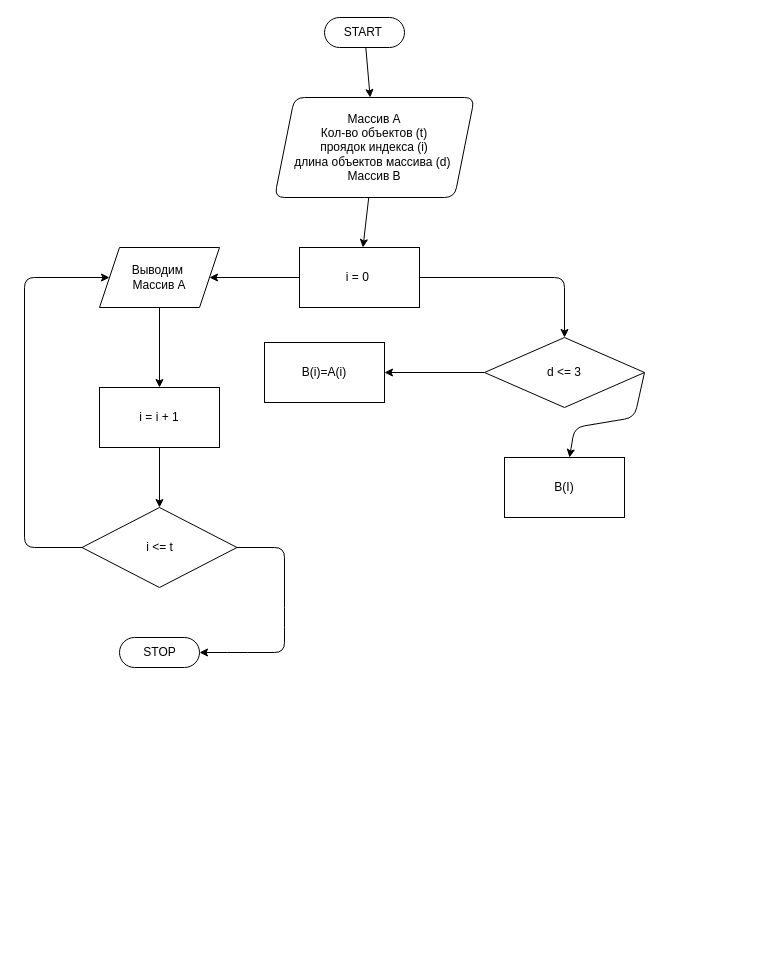
The draw.io diagram Bloxshems.drawio in maksimd31/Final-Task, before the edit. Source tidied: cells renumbered, new cells numbered last; positions are measured from the earlier drawing's top-left corner, leaving out a move shared by most shapes. Both pictures are drawn from the tidied source at 100%, with x=0, y=0 at pixel (24, 17).
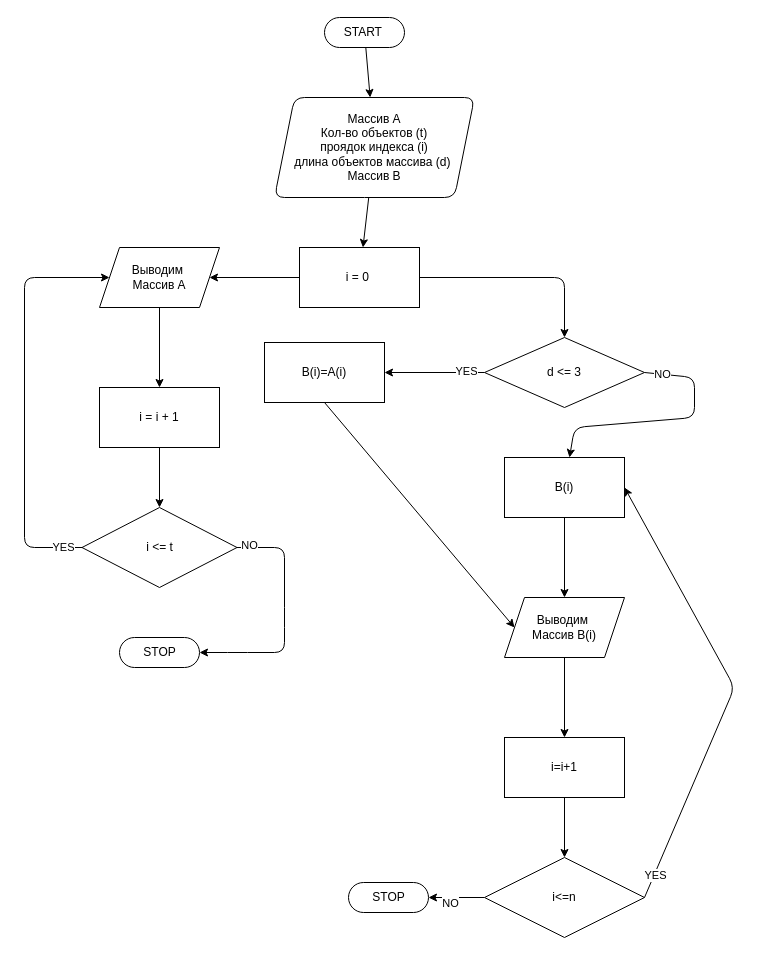
The same diagram, later.

The change refers to these unchanged cells:
```xml
<mxCell id="13" style="edgeStyle=none;html=1;entryX=0;entryY=0.5;entryDx=0;entryDy=0;" parent="1" edge="1" source="15" target="10">
  <mxGeometry relative="1" as="geometry">
    <Array as="points">
      <mxPoint y="530" />
      <mxPoint y="260" />
    </Array>
  </mxGeometry>
</mxCell>
<mxCell id="14" style="edgeStyle=none;html=1;entryX=1;entryY=0.5;entryDx=0;entryDy=0;entryPerimeter=0;exitX=1;exitY=0.5;exitDx=0;exitDy=0;" parent="1" edge="1" source="15" target="16">
  <mxGeometry relative="1" as="geometry">
    <Array as="points">
      <mxPoint x="260" y="530" />
      <mxPoint x="260" y="600" />
      <mxPoint x="260" y="635" />
      <mxPoint x="213" y="635" />
    </Array>
  </mxGeometry>
</mxCell>
<mxCell id="17" style="edgeStyle=none;html=1;" parent="1" edge="1" source="19" target="20">
  <mxGeometry relative="1" as="geometry" />
</mxCell>
<mxCell id="19" value="&lt;span&gt;d &amp;lt;= 3&lt;/span&gt;" style="rhombus;whiteSpace=wrap;html=1;dashed=0;rounded=0;glass=0;sketch=0;" parent="1" vertex="1">
  <mxGeometry x="460" y="320" width="160" height="70" as="geometry" />
</mxCell>
<mxCell id="20" value="B(i)=A(i)" style="whiteSpace=wrap;html=1;dashed=0;rounded=0;glass=0;sketch=0;" parent="1" vertex="1">
  <mxGeometry x="240" y="325" width="120" height="60" as="geometry" />
</mxCell>
```

Change to the diagram source:
```diff
@@
+    <mxCell id="22" value="YES" style="edgeLabel;html=1;align=center;verticalAlign=middle;" parent="13" vertex="1">
+      <mxGeometry x="-0.91" y="-1" relative="1" as="geometry" />
+    </mxCell>
@@
+    <mxCell id="23" value="NO" style="edgeLabel;html=1;align=center;verticalAlign=middle;" parent="14" vertex="1">
+      <mxGeometry x="-0.9" y="3" relative="1" as="geometry" />
+    </mxCell>
@@
+    <mxCell id="24" value="YES" style="edgeLabel;html=1;align=center;verticalAlign=middle;" parent="17" vertex="1">
+      <mxGeometry x="-0.61" y="-2" relative="1" as="geometry">
+        <mxPoint x="1" as="offset" />
+      </mxGeometry>
+    </mxCell>
     <mxCell id="18" style="edgeStyle=none;html=1;exitX=1;exitY=0.5;exitDx=0;exitDy=0;" parent="1" edge="1" source="19" target="21">
       <mxGeometry relative="1" as="geometry">
         <Array as="points">
-          <mxPoint x="610" y="400" />
+          <mxPoint x="670" y="360" />
+          <mxPoint x="670" y="400" />
           <mxPoint x="550" y="410" />
         </Array>
       </mxGeometry>
     </mxCell>
+    <mxCell id="25" value="NO" style="edgeLabel;html=1;align=center;verticalAlign=middle;" parent="18" vertex="1">
+      <mxGeometry x="-0.85" y="-1" relative="1" as="geometry">
+        <mxPoint y="-1" as="offset" />
+      </mxGeometry>
+    </mxCell>
@@
+    <mxCell id="26" style="edgeStyle=none;html=1;exitX=0.5;exitY=1;exitDx=0;exitDy=0;entryX=0;entryY=0.5;entryDx=0;entryDy=0;" parent="1" edge="1" source="20" target="29">
+      <mxGeometry relative="1" as="geometry" />
+    </mxCell>
@@
+    <mxCell id="27" style="edgeStyle=none;html=1;" parent="1" edge="1" source="21" target="29">
+      <mxGeometry relative="1" as="geometry" />
+    </mxCell>
-    <mxCell id="21" value="B(I)" style="whiteSpace=wrap;html=1;dashed=0;rounded=0;glass=0;sketch=0;" parent="1" vertex="1">
+    <mxCell id="21" value="B(i)" style="whiteSpace=wrap;html=1;dashed=0;rounded=0;glass=0;sketch=0;" parent="1" vertex="1">
       <mxGeometry x="480" y="440" width="120" height="60" as="geometry" />
     </mxCell>
+    <mxCell id="28" style="edgeStyle=none;html=1;" parent="1" edge="1" source="29" target="31">
+      <mxGeometry relative="1" as="geometry" />
+    </mxCell>
+    <mxCell id="29" value="Выводим&amp;nbsp;&lt;br&gt;Массив B(i)" style="shape=parallelogram;perimeter=parallelogramPerimeter;whiteSpace=wrap;html=1;fixedSize=1;dashed=0;rounded=0;glass=0;sketch=0;" parent="1" vertex="1">
+      <mxGeometry x="480" y="580" width="120" height="60" as="geometry" />
+    </mxCell>
+    <mxCell id="30" style="edgeStyle=none;html=1;" parent="1" edge="1" source="31" target="36">
+      <mxGeometry relative="1" as="geometry" />
+    </mxCell>
+    <mxCell id="31" value="i=i+1" style="whiteSpace=wrap;html=1;dashed=0;rounded=0;glass=0;sketch=0;" parent="1" vertex="1">
+      <mxGeometry x="480" y="720" width="120" height="60" as="geometry" />
+    </mxCell>
+    <mxCell id="32" style="edgeStyle=none;html=1;exitX=0;exitY=0.5;exitDx=0;exitDy=0;entryX=1;entryY=0.5;entryDx=0;entryDy=0;entryPerimeter=0;" parent="1" edge="1" source="36" target="37">
+      <mxGeometry relative="1" as="geometry" />
+    </mxCell>
+    <mxCell id="33" value="NO" style="edgeLabel;html=1;align=center;verticalAlign=middle;" parent="32" vertex="1">
+      <mxGeometry x="0.3" y="5" relative="1" as="geometry">
+        <mxPoint x="1" as="offset" />
+      </mxGeometry>
+    </mxCell>
+    <mxCell id="34" style="edgeStyle=none;html=1;exitX=1;exitY=0.5;exitDx=0;exitDy=0;entryX=1;entryY=0.5;entryDx=0;entryDy=0;" parent="1" edge="1" source="36" target="21">
+      <mxGeometry relative="1" as="geometry">
+        <Array as="points">
+          <mxPoint x="710" y="670" />
+        </Array>
+      </mxGeometry>
+    </mxCell>
+    <mxCell id="35" value="YES" style="edgeLabel;html=1;align=center;verticalAlign=middle;" parent="34" vertex="1">
+      <mxGeometry x="-0.89" y="-1" relative="1" as="geometry" />
+    </mxCell>
+    <mxCell id="36" value="i&amp;lt;=n" style="rhombus;whiteSpace=wrap;html=1;dashed=0;rounded=0;glass=0;sketch=0;" parent="1" vertex="1">
+      <mxGeometry x="460" y="840" width="160" height="80" as="geometry" />
+    </mxCell>
+    <mxCell id="37" value="STOP" style="html=1;dashed=0;whitespace=wrap;shape=mxgraph.dfd.start;rounded=1;glass=0;sketch=0;" parent="1" vertex="1">
+      <mxGeometry x="324" y="865" width="80" height="30" as="geometry" />
+    </mxCell>
```
